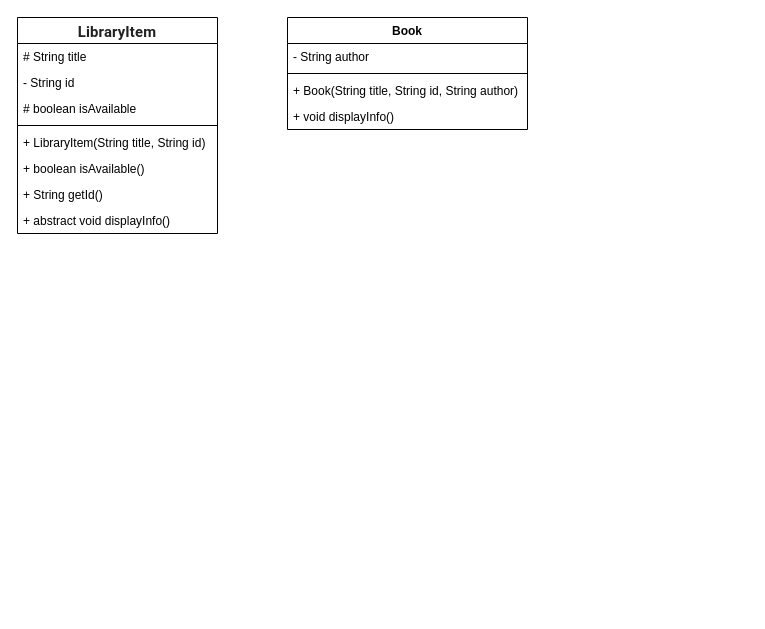
Before: Library Management System.drawio in Takeapocket/draw.io, a draw.io diagram. Source tidied: cells renumbered, new cells numbered last; positions are measured from the earlier drawing's top-left corner, leaving out a move shared by most shapes. Both pictures are drawn from the tidied source at 100%, with x=0, y=0 at pixel (17, 17).
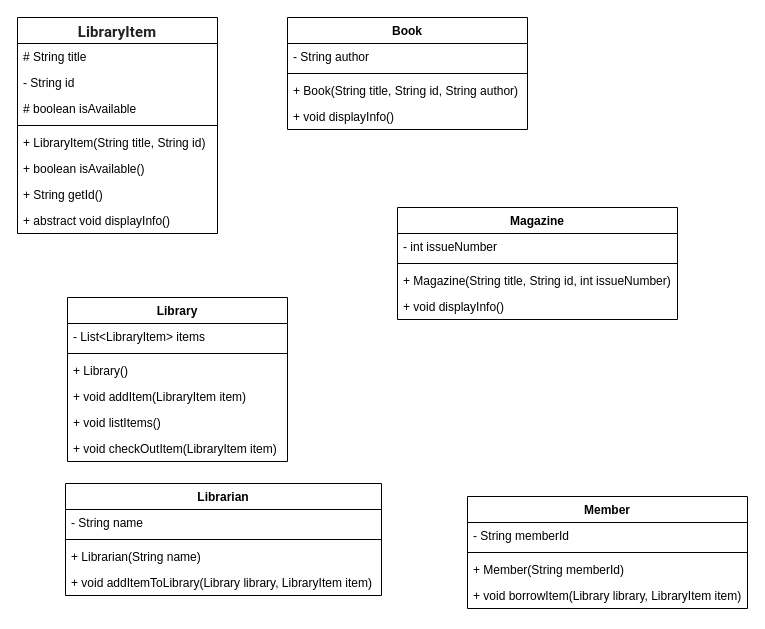
The same diagram, later.

Diff of the diagram source:
```diff
@@
+    <mxCell id="16" value="Magazine" style="swimlane;fontStyle=1;align=center;verticalAlign=top;horizontal=1;startSize=26;whiteSpace=wrap;html=1;" parent="1" vertex="1">
+      <mxGeometry x="380" y="190" width="280" height="112" as="geometry" />
+    </mxCell>
+    <mxCell id="17" value="-&amp;nbsp;int issueNumber" style="text;strokeColor=none;fillColor=none;align=left;verticalAlign=top;spacingLeft=4;spacingRight=4;overflow=hidden;whiteSpace=wrap;html=1;" parent="16" vertex="1">
+      <mxGeometry y="26" width="280" height="26" as="geometry" />
+    </mxCell>
+    <mxCell id="18" style="line;strokeWidth=1;fillColor=none;align=left;verticalAlign=middle;spacingTop=-1;spacingLeft=3;spacingRight=3;labelPosition=right;strokeColor=inherit;" parent="16" vertex="1">
+      <mxGeometry y="52" width="280" height="8" as="geometry" />
+    </mxCell>
+    <mxCell id="19" value="+ Magazine(String title, String id, int issueNumber)" style="text;strokeColor=none;fillColor=none;align=left;verticalAlign=top;spacingLeft=4;spacingRight=4;overflow=hidden;whiteSpace=wrap;html=1;" parent="16" vertex="1">
+      <mxGeometry y="60" width="280" height="26" as="geometry" />
+    </mxCell>
+    <mxCell id="20" value="+ void displayInfo()" style="text;strokeColor=none;fillColor=none;align=left;verticalAlign=top;spacingLeft=4;spacingRight=4;overflow=hidden;whiteSpace=wrap;html=1;" parent="16" vertex="1">
+      <mxGeometry y="86" width="280" height="26" as="geometry" />
+    </mxCell>
+    <mxCell id="21" value="Library" style="swimlane;fontStyle=1;align=center;verticalAlign=top;horizontal=1;startSize=26;whiteSpace=wrap;html=1;" parent="1" vertex="1">
+      <mxGeometry x="50" y="280" width="220" height="164" as="geometry" />
+    </mxCell>
+    <mxCell id="22" value="- List&amp;lt;LibraryItem&amp;gt; items" style="text;strokeColor=none;fillColor=none;align=left;verticalAlign=top;spacingLeft=4;spacingRight=4;overflow=hidden;whiteSpace=wrap;html=1;" parent="21" vertex="1">
+      <mxGeometry y="26" width="220" height="26" as="geometry" />
+    </mxCell>
+    <mxCell id="23" style="line;strokeWidth=1;fillColor=none;align=left;verticalAlign=middle;spacingTop=-1;spacingLeft=3;spacingRight=3;labelPosition=right;strokeColor=inherit;" parent="21" vertex="1">
+      <mxGeometry y="52" width="220" height="8" as="geometry" />
+    </mxCell>
+    <mxCell id="24" value="+&amp;nbsp;Library()" style="text;strokeColor=none;fillColor=none;align=left;verticalAlign=top;spacingLeft=4;spacingRight=4;overflow=hidden;whiteSpace=wrap;html=1;" parent="21" vertex="1">
+      <mxGeometry y="60" width="220" height="26" as="geometry" />
+    </mxCell>
+    <mxCell id="25" value="+ void addItem(LibraryItem item)" style="text;strokeColor=none;fillColor=none;align=left;verticalAlign=top;spacingLeft=4;spacingRight=4;overflow=hidden;whiteSpace=wrap;html=1;" parent="21" vertex="1">
+      <mxGeometry y="86" width="220" height="26" as="geometry" />
+    </mxCell>
+    <mxCell id="26" value="+ void listItems()" style="text;strokeColor=none;fillColor=none;align=left;verticalAlign=top;spacingLeft=4;spacingRight=4;overflow=hidden;whiteSpace=wrap;html=1;" parent="21" vertex="1">
+      <mxGeometry y="112" width="220" height="26" as="geometry" />
+    </mxCell>
+    <mxCell id="27" value="+ void checkOutItem(LibraryItem item)" style="text;strokeColor=none;fillColor=none;align=left;verticalAlign=top;spacingLeft=4;spacingRight=4;overflow=hidden;whiteSpace=wrap;html=1;" parent="21" vertex="1">
+      <mxGeometry y="138" width="220" height="26" as="geometry" />
+    </mxCell>
+    <mxCell id="28" value="Librarian" style="swimlane;fontStyle=1;align=center;verticalAlign=top;horizontal=1;startSize=26;whiteSpace=wrap;html=1;" parent="1" vertex="1">
+      <mxGeometry x="48" y="466" width="316" height="112" as="geometry" />
+    </mxCell>
+    <mxCell id="29" value="-&amp;nbsp;String name" style="text;strokeColor=none;fillColor=none;align=left;verticalAlign=top;spacingLeft=4;spacingRight=4;overflow=hidden;whiteSpace=wrap;html=1;" parent="28" vertex="1">
+      <mxGeometry y="26" width="316" height="26" as="geometry" />
+    </mxCell>
+    <mxCell id="30" style="line;strokeWidth=1;fillColor=none;align=left;verticalAlign=middle;spacingTop=-1;spacingLeft=3;spacingRight=3;labelPosition=right;strokeColor=inherit;" parent="28" vertex="1">
+      <mxGeometry y="52" width="316" height="8" as="geometry" />
+    </mxCell>
+    <mxCell id="31" value="+ Librarian(String name)" style="text;strokeColor=none;fillColor=none;align=left;verticalAlign=top;spacingLeft=4;spacingRight=4;overflow=hidden;whiteSpace=wrap;html=1;" parent="28" vertex="1">
+      <mxGeometry y="60" width="316" height="26" as="geometry" />
+    </mxCell>
+    <mxCell id="32" value="+ void addItemToLibrary(Library library, LibraryItem item)" style="text;strokeColor=none;fillColor=none;align=left;verticalAlign=top;spacingLeft=4;spacingRight=4;overflow=hidden;whiteSpace=wrap;html=1;" parent="28" vertex="1">
+      <mxGeometry y="86" width="316" height="26" as="geometry" />
+    </mxCell>
+    <mxCell id="33" value="Member" style="swimlane;fontStyle=1;align=center;verticalAlign=top;horizontal=1;startSize=26;whiteSpace=wrap;html=1;" parent="1" vertex="1">
+      <mxGeometry x="450" y="479" width="280" height="112" as="geometry" />
+    </mxCell>
+    <mxCell id="34" value="-&amp;nbsp;String memberId" style="text;strokeColor=none;fillColor=none;align=left;verticalAlign=top;spacingLeft=4;spacingRight=4;overflow=hidden;whiteSpace=wrap;html=1;" parent="33" vertex="1">
+      <mxGeometry y="26" width="280" height="26" as="geometry" />
+    </mxCell>
+    <mxCell id="35" style="line;strokeWidth=1;fillColor=none;align=left;verticalAlign=middle;spacingTop=-1;spacingLeft=3;spacingRight=3;labelPosition=right;strokeColor=inherit;" parent="33" vertex="1">
+      <mxGeometry y="52" width="280" height="8" as="geometry" />
+    </mxCell>
+    <mxCell id="36" value="+ Member(String memberId)" style="text;strokeColor=none;fillColor=none;align=left;verticalAlign=top;spacingLeft=4;spacingRight=4;overflow=hidden;whiteSpace=wrap;html=1;" parent="33" vertex="1">
+      <mxGeometry y="60" width="280" height="26" as="geometry" />
+    </mxCell>
+    <mxCell id="37" value="+&amp;nbsp;void borrowItem(Library library, LibraryItem item)" style="text;strokeColor=none;fillColor=none;align=left;verticalAlign=top;spacingLeft=4;spacingRight=4;overflow=hidden;whiteSpace=wrap;html=1;" parent="33" vertex="1">
+      <mxGeometry y="86" width="280" height="26" as="geometry" />
+    </mxCell>
```
